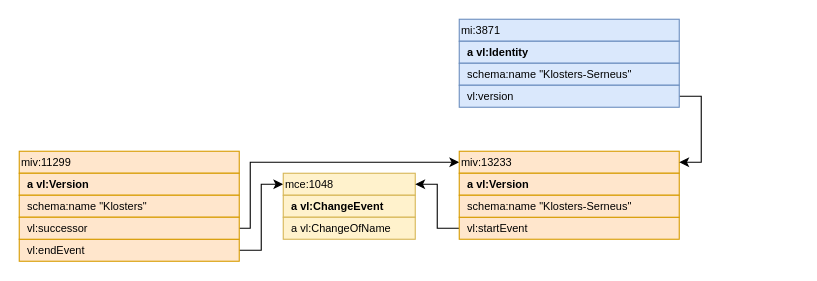
Earlier version of the draw.io diagram img/raw/basics.drawio (SwissFederalArchives/version-link). Source tidied: cells renumbered, new cells numbered last; positions are measured from the earlier drawing's top-left corner, leaving out a move shared by most shapes. Both pictures are drawn from the tidied source at 110%, with x=0, y=0 at pixel (19, 19).
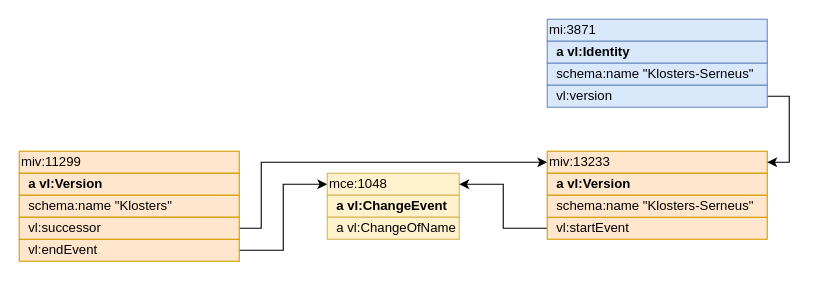
The same diagram, later.

Diff of the diagram source:
```diff
@@
-    <mxCell id="2" value="miv:11299" style="rounded=0;whiteSpace=wrap;html=1;fillColor=#ffe6cc;strokeColor=#d79b00;align=left;fontSize=10;" parent="1" vertex="1">
+    <mxCell id="2" value="miv:11299" style="rounded=0;whiteSpace=wrap;html=1;fillColor=#ffe6cc;strokeColor=#d79b00;align=left;fontSize=12;" parent="1" vertex="1">
       <mxGeometry y="120" width="200" height="20" as="geometry" />
     </mxCell>
-    <mxCell id="3" value="&lt;div style=&quot;font-size: 10px&quot;&gt;&lt;b&gt;&amp;nbsp; a vl:Version&lt;/b&gt;&lt;br style=&quot;font-size: 10px&quot;&gt;&lt;/div&gt;" style="rounded=0;whiteSpace=wrap;html=1;fillColor=#ffe6cc;strokeColor=#d79b00;align=left;fontSize=10;" parent="1" vertex="1">
+    <mxCell id="3" value="&lt;div style=&quot;font-size: 12px;&quot;&gt;&lt;b style=&quot;font-size: 12px;&quot;&gt;&amp;nbsp; a vl:Version&lt;/b&gt;&lt;br style=&quot;font-size: 12px;&quot;&gt;&lt;/div&gt;" style="rounded=0;whiteSpace=wrap;html=1;fillColor=#ffe6cc;strokeColor=#d79b00;align=left;fontSize=12;" parent="1" vertex="1">
       <mxGeometry y="140" width="200" height="20" as="geometry" />
     </mxCell>
     <mxCell id="4" style="edgeStyle=orthogonalEdgeStyle;html=1;exitX=1;exitY=0.5;exitDx=0;exitDy=0;entryX=0;entryY=0.5;entryDx=0;entryDy=0;rounded=0;" parent="1" edge="1" source="5" target="9">
       <mxGeometry relative="1" as="geometry">
         <Array as="points">
-          <mxPoint x="220" y="210" />
-          <mxPoint x="220" y="150" />
+          <mxPoint x="240" y="210" />
+          <mxPoint x="240" y="150" />
         </Array>
       </mxGeometry>
     </mxCell>
-    <mxCell id="5" value="&lt;div style=&quot;font-size: 10px&quot; align=&quot;left&quot;&gt;&amp;nbsp; vl:endEvent&lt;/div&gt;" style="rounded=0;whiteSpace=wrap;html=1;fillColor=#ffe6cc;strokeColor=#d79b00;align=left;fontSize=10;" parent="1" vertex="1">
+    <mxCell id="5" value="&lt;div style=&quot;font-size: 12px;&quot; align=&quot;left&quot;&gt;&amp;nbsp; vl:endEvent&lt;/div&gt;" style="rounded=0;whiteSpace=wrap;html=1;fillColor=#ffe6cc;strokeColor=#d79b00;align=left;fontSize=12;" parent="1" vertex="1">
       <mxGeometry y="200" width="200" height="20" as="geometry" />
     </mxCell>
-    <mxCell id="6" value="&amp;nbsp; schema:name &quot;Klosters&quot;" style="rounded=0;whiteSpace=wrap;html=1;fillColor=#ffe6cc;strokeColor=#d79b00;align=left;fontSize=10;" parent="1" vertex="1">
+    <mxCell id="6" value="&amp;nbsp; schema:name &quot;Klosters&quot;" style="rounded=0;whiteSpace=wrap;html=1;fillColor=#ffe6cc;strokeColor=#d79b00;align=left;fontSize=12;" parent="1" vertex="1">
       <mxGeometry y="160" width="200" height="20" as="geometry" />
     </mxCell>
     <mxCell id="7" style="edgeStyle=orthogonalEdgeStyle;rounded=0;html=1;exitX=1;exitY=0.5;exitDx=0;exitDy=0;entryX=0;entryY=0.5;entryDx=0;entryDy=0;fontSize=10;" parent="1" edge="1" source="8" target="12">
       <mxGeometry relative="1" as="geometry">
         <Array as="points">
-          <mxPoint x="210" y="190" />
-          <mxPoint x="210" y="130" />
+          <mxPoint x="220" y="190" />
+          <mxPoint x="220" y="130" />
         </Array>
       </mxGeometry>
     </mxCell>
-    <mxCell id="8" value="&amp;nbsp; vl:successor" style="rounded=0;whiteSpace=wrap;html=1;fillColor=#ffe6cc;strokeColor=#d79b00;align=left;fontSize=10;" parent="1" vertex="1">
+    <mxCell id="8" value="&amp;nbsp; vl:successor" style="rounded=0;whiteSpace=wrap;html=1;fillColor=#ffe6cc;strokeColor=#d79b00;align=left;fontSize=12;" parent="1" vertex="1">
       <mxGeometry y="180" width="200" height="20" as="geometry" />
     </mxCell>
-    <mxCell id="9" value="mce:1048" style="rounded=0;whiteSpace=wrap;html=1;fillColor=#fff2cc;strokeColor=#d6b656;align=left;fontSize=10;" parent="1" vertex="1">
-      <mxGeometry x="240" y="140" width="120" height="20" as="geometry" />
+    <mxCell id="9" value="mce:1048" style="rounded=0;whiteSpace=wrap;html=1;fillColor=#fff2cc;strokeColor=#d6b656;align=left;fontSize=12;" parent="1" vertex="1">
+      <mxGeometry x="280" y="140" width="120" height="20" as="geometry" />
     </mxCell>
-    <mxCell id="10" value="&lt;b&gt;&amp;nbsp; a vl:ChangeEvent&lt;/b&gt;" style="rounded=0;whiteSpace=wrap;html=1;fillColor=#fff2cc;strokeColor=#d6b656;align=left;fontSize=10;" parent="1" vertex="1">
-      <mxGeometry x="240" y="160" width="120" height="20" as="geometry" />
+    <mxCell id="10" value="&lt;b style=&quot;font-size: 12px;&quot;&gt;&amp;nbsp; a vl:ChangeEvent&lt;/b&gt;" style="rounded=0;whiteSpace=wrap;html=1;fillColor=#fff2cc;strokeColor=#d6b656;align=left;fontSize=12;" parent="1" vertex="1">
+      <mxGeometry x="280" y="160" width="120" height="20" as="geometry" />
     </mxCell>
-    <mxCell id="11" value="&amp;nbsp; a vl:ChangeOfName" style="rounded=0;whiteSpace=wrap;html=1;fillColor=#fff2cc;strokeColor=#d6b656;align=left;fontSize=10;" parent="1" vertex="1">
-      <mxGeometry x="240" y="180" width="120" height="20" as="geometry" />
+    <mxCell id="11" value="&amp;nbsp; a vl:ChangeOfName" style="rounded=0;whiteSpace=wrap;html=1;fillColor=#fff2cc;strokeColor=#d6b656;align=left;fontSize=12;" parent="1" vertex="1">
+      <mxGeometry x="280" y="180" width="120" height="20" as="geometry" />
     </mxCell>
-    <mxCell id="12" value="miv:13233" style="rounded=0;whiteSpace=wrap;html=1;fillColor=#ffe6cc;strokeColor=#d79b00;align=left;fontSize=10;" parent="1" vertex="1">
-      <mxGeometry x="400" y="120" width="200" height="20" as="geometry" />
+    <mxCell id="12" value="miv:13233" style="rounded=0;whiteSpace=wrap;html=1;fillColor=#ffe6cc;strokeColor=#d79b00;align=left;fontSize=12;" parent="1" vertex="1">
+      <mxGeometry x="480" y="120" width="200" height="20" as="geometry" />
     </mxCell>
-    <mxCell id="13" value="&lt;div style=&quot;font-size: 10px&quot;&gt;&lt;b&gt;&amp;nbsp; a vl:Version&lt;/b&gt;&lt;br style=&quot;font-size: 10px&quot;&gt;&lt;/div&gt;" style="rounded=0;whiteSpace=wrap;html=1;fillColor=#ffe6cc;strokeColor=#d79b00;align=left;fontSize=10;" parent="1" vertex="1">
-      <mxGeometry x="400" y="140" width="200" height="20" as="geometry" />
+    <mxCell id="13" value="&lt;div style=&quot;font-size: 12px;&quot;&gt;&lt;b style=&quot;font-size: 12px;&quot;&gt;&amp;nbsp; a vl:Version&lt;/b&gt;&lt;br style=&quot;font-size: 12px;&quot;&gt;&lt;/div&gt;" style="rounded=0;whiteSpace=wrap;html=1;fillColor=#ffe6cc;strokeColor=#d79b00;align=left;fontSize=12;" parent="1" vertex="1">
+      <mxGeometry x="480" y="140" width="200" height="20" as="geometry" />
     </mxCell>
@@
-    <mxCell id="15" value="&lt;div style=&quot;font-size: 10px&quot; align=&quot;left&quot;&gt;&amp;nbsp; vl:startEvent&lt;/div&gt;" style="rounded=0;whiteSpace=wrap;html=1;fillColor=#ffe6cc;strokeColor=#d79b00;align=left;fontSize=10;" parent="1" vertex="1">
-      <mxGeometry x="400" y="180" width="200" height="20" as="geometry" />
+    <mxCell id="15" value="&lt;div style=&quot;font-size: 12px;&quot; align=&quot;left&quot;&gt;&amp;nbsp; vl:startEvent&lt;/div&gt;" style="rounded=0;whiteSpace=wrap;html=1;fillColor=#ffe6cc;strokeColor=#d79b00;align=left;fontSize=12;" parent="1" vertex="1">
+      <mxGeometry x="480" y="180" width="200" height="20" as="geometry" />
     </mxCell>
-    <mxCell id="16" value="&amp;nbsp; schema:name &quot;Klosters-Serneus&quot;" style="rounded=0;whiteSpace=wrap;html=1;fillColor=#ffe6cc;strokeColor=#d79b00;align=left;fontSize=10;" parent="1" vertex="1">
-      <mxGeometry x="400" y="160" width="200" height="20" as="geometry" />
+    <mxCell id="16" value="&amp;nbsp; schema:name &quot;Klosters-Serneus&quot;" style="rounded=0;whiteSpace=wrap;html=1;fillColor=#ffe6cc;strokeColor=#d79b00;align=left;fontSize=12;" parent="1" vertex="1">
+      <mxGeometry x="480" y="160" width="200" height="20" as="geometry" />
     </mxCell>
-    <mxCell id="17" value="mi:3871" style="rounded=0;whiteSpace=wrap;html=1;fillColor=#dae8fc;strokeColor=#6c8ebf;align=left;fontSize=10;" parent="1" vertex="1">
-      <mxGeometry x="400" width="200" height="20" as="geometry" />
+    <mxCell id="17" value="mi:3871" style="rounded=0;whiteSpace=wrap;html=1;fillColor=#dae8fc;strokeColor=#6c8ebf;align=left;fontSize=12;" parent="1" vertex="1">
+      <mxGeometry x="480" width="200" height="20" as="geometry" />
     </mxCell>
-    <mxCell id="18" value="&lt;b&gt;&amp;nbsp; a vl:Identity&lt;/b&gt;" style="rounded=0;whiteSpace=wrap;html=1;fillColor=#dae8fc;strokeColor=#6c8ebf;align=left;fontSize=10;" parent="1" vertex="1">
-      <mxGeometry x="400" y="20" width="200" height="20" as="geometry" />
+    <mxCell id="18" value="&lt;b style=&quot;font-size: 12px;&quot;&gt;&amp;nbsp; a vl:Identity&lt;/b&gt;" style="rounded=0;whiteSpace=wrap;html=1;fillColor=#dae8fc;strokeColor=#6c8ebf;align=left;fontSize=12;" parent="1" vertex="1">
+      <mxGeometry x="480" y="20" width="200" height="20" as="geometry" />
     </mxCell>
-    <mxCell id="19" value="&amp;nbsp; schema:name &quot;Klosters-Serneus&quot;" style="rounded=0;whiteSpace=wrap;html=1;fillColor=#dae8fc;strokeColor=#6c8ebf;align=left;fontSize=10;" parent="1" vertex="1">
-      <mxGeometry x="400" y="40" width="200" height="20" as="geometry" />
+    <mxCell id="19" value="&amp;nbsp; schema:name &quot;Klosters-Serneus&quot;" style="rounded=0;whiteSpace=wrap;html=1;fillColor=#dae8fc;strokeColor=#6c8ebf;align=left;fontSize=12;" parent="1" vertex="1">
+      <mxGeometry x="480" y="40" width="200" height="20" as="geometry" />
     </mxCell>
     <mxCell id="20" style="edgeStyle=orthogonalEdgeStyle;rounded=0;html=1;exitX=1;exitY=0.5;exitDx=0;exitDy=0;entryX=1;entryY=0.5;entryDx=0;entryDy=0;fontSize=10;" parent="1" edge="1" source="21" target="12">
       <mxGeometry relative="1" as="geometry">
         <Array as="points">
-          <mxPoint x="620" y="70" />
-          <mxPoint x="620" y="130" />
+          <mxPoint x="700" y="70" />
+          <mxPoint x="700" y="130" />
         </Array>
       </mxGeometry>
     </mxCell>
-    <mxCell id="21" value="&amp;nbsp; vl:version" style="rounded=0;whiteSpace=wrap;html=1;fillColor=#dae8fc;strokeColor=#6c8ebf;align=left;fontSize=10;" parent="1" vertex="1">
-      <mxGeometry x="400" y="60" width="200" height="20" as="geometry" />
+    <mxCell id="21" value="&amp;nbsp; vl:version" style="rounded=0;whiteSpace=wrap;html=1;fillColor=#dae8fc;strokeColor=#6c8ebf;align=left;fontSize=12;" parent="1" vertex="1">
+      <mxGeometry x="480" y="60" width="200" height="20" as="geometry" />
     </mxCell>
```
